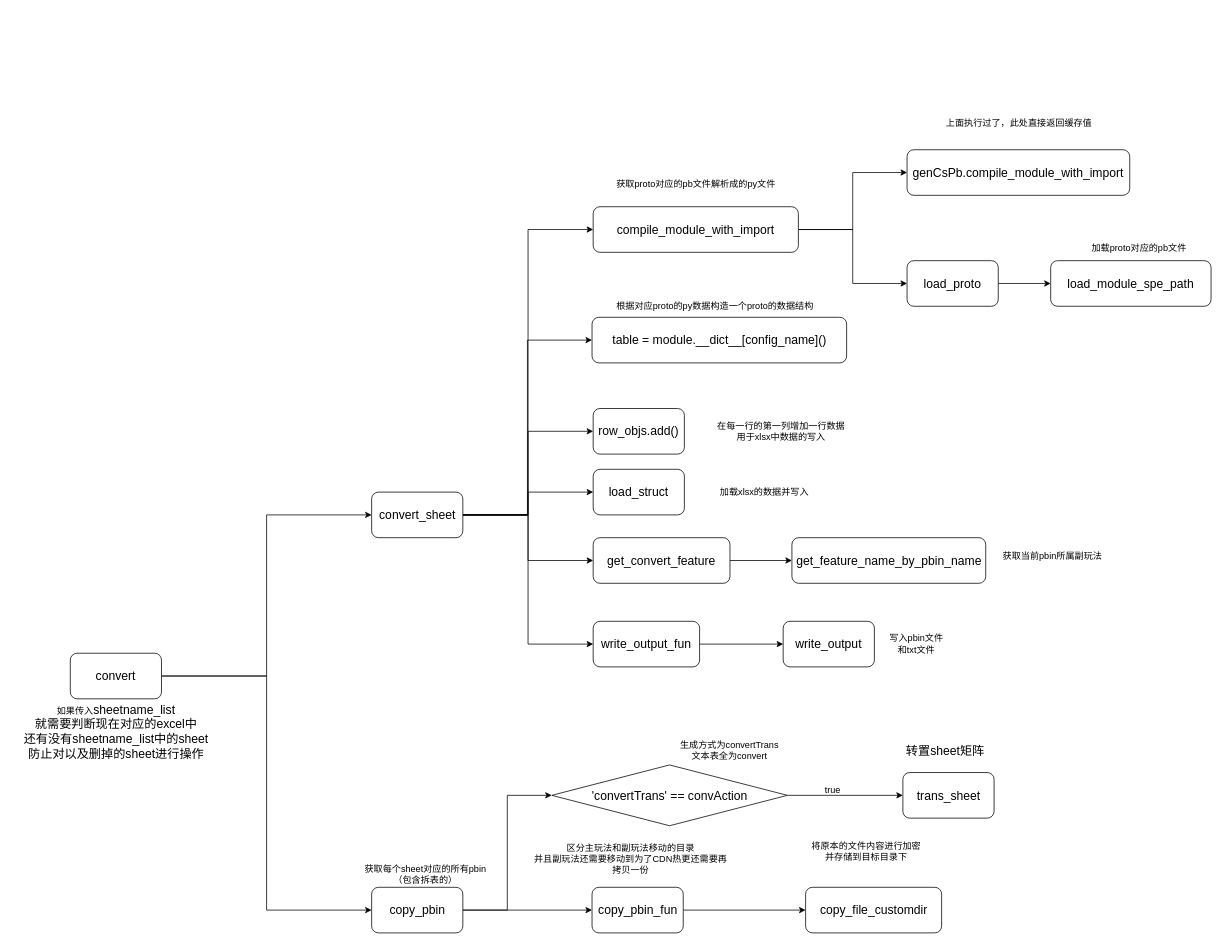
This is page "convert" (3 of 3) of 导表工具.drawio from ling-shixi/meta, a draw.io file, before an edit. Source tidied: cells renumbered, new cells numbered last; positions are measured from the earlier drawing's top-left corner, leaving out a move shared by most shapes. Both pictures are drawn from the tidied source at 76%, with x=0, y=0 at pixel (13, 112).
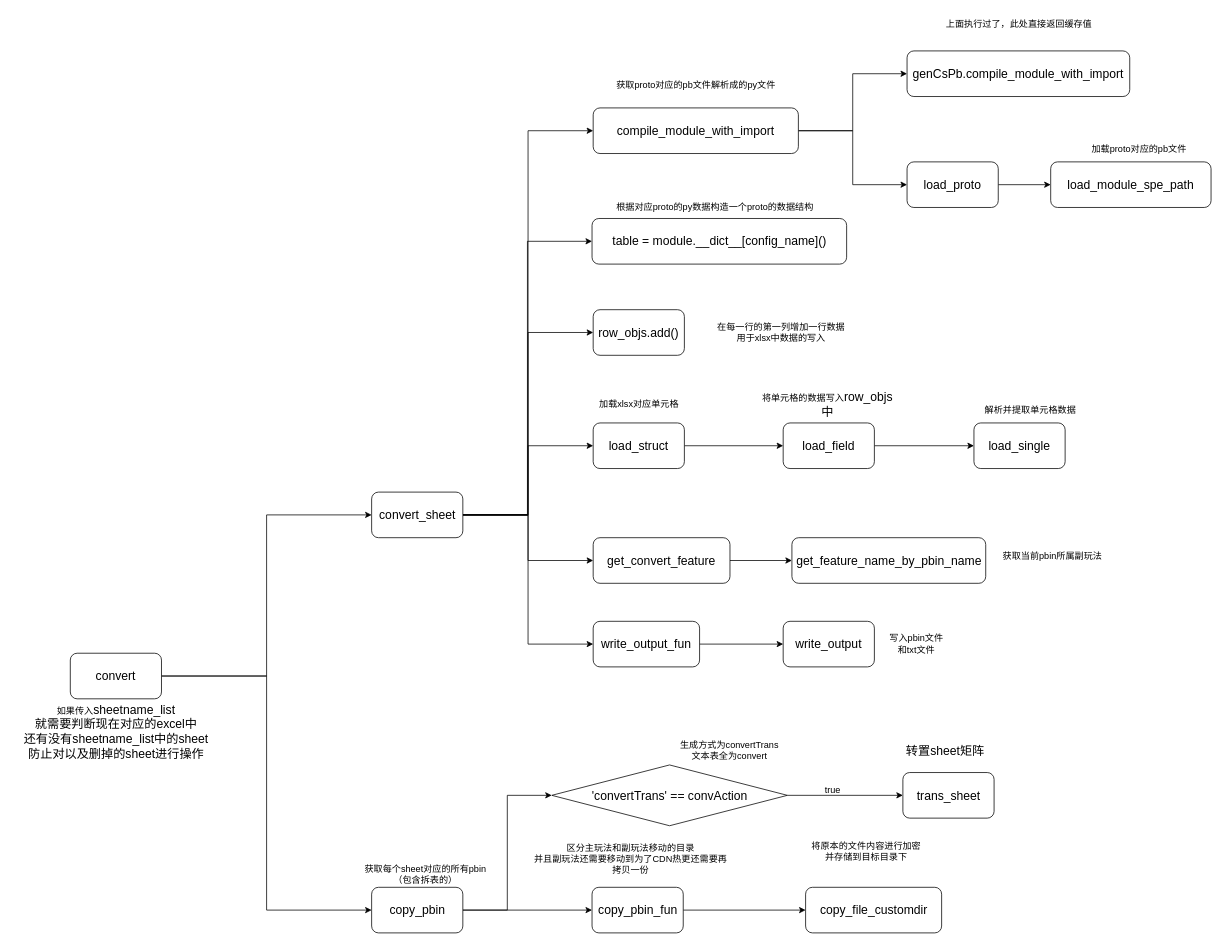
After the change.

Commit message:
更新导表工具.drawio

Unchanged cells that the change refers to:
```xml
<mxCell id="25" value="&lt;div style=&quot;&quot;&gt;&lt;div style=&quot;font-size: 12pt;&quot;&gt;convert_sheet&lt;/div&gt;&lt;/div&gt;" style="rounded=1;whiteSpace=wrap;html=1;fontFamily=Helvetica;fontColor=#000000;labelBackgroundColor=none;" parent="1" vertex="1">
  <mxGeometry x="471.5" y="500" width="120" height="60" as="geometry" />
</mxCell>
```

The edit, as a diff of the source:
```diff
@@
+    <mxCell id="24" style="edgeStyle=orthogonalEdgeStyle;rounded=0;jettySize=auto;html=1;entryX=0;entryY=0.5;entryDx=0;entryDy=0;fontColor=#000000;labelBackgroundColor=none;fontFamily=Helvetica;" parent="1" edge="1" source="25" target="50">
+      <mxGeometry relative="1" as="geometry" />
+    </mxCell>
-    <mxCell id="23" style="edgeStyle=orthogonalEdgeStyle;rounded=0;jettySize=auto;html=1;fontColor=#000000;labelBackgroundColor=none;fontFamily=Helvetica;" parent="1" edge="1" source="25" target="48">
+    <mxCell id="23" style="edgeStyle=orthogonalEdgeStyle;rounded=0;jettySize=auto;html=1;entryX=0;entryY=0.5;entryDx=0;entryDy=0;" parent="1" edge="1" source="25" target="48">
       <mxGeometry relative="1" as="geometry" />
     </mxCell>
-    <mxCell id="24" style="edgeStyle=orthogonalEdgeStyle;rounded=0;jettySize=auto;html=1;entryX=0;entryY=0.5;entryDx=0;entryDy=0;fontColor=#000000;labelBackgroundColor=none;fontFamily=Helvetica;" parent="1" edge="1" source="25" target="50">
-      <mxGeometry relative="1" as="geometry" />
-    </mxCell>
@@
     <mxCell id="26" value="&lt;div style=&quot;&quot;&gt;&lt;div style=&quot;font-size: 12pt;&quot;&gt;genCsPb.compile_module_with_import&lt;/div&gt;&lt;/div&gt;" style="rounded=1;whiteSpace=wrap;html=1;fontFamily=Helvetica;fontColor=#000000;labelBackgroundColor=none;" parent="1" vertex="1">
-      <mxGeometry x="1176" y="49.5" width="293" height="60" as="geometry" />
+      <mxGeometry x="1176" y="-80.5" width="293" height="60" as="geometry" />
     </mxCell>
@@
     <mxCell id="29" value="&lt;div style=&quot;&quot;&gt;&lt;div style=&quot;font-size: 12pt;&quot;&gt;&lt;span style=&quot;&quot;&gt;compile_module_with_import&lt;/span&gt;&lt;/div&gt;&lt;/div&gt;" style="rounded=1;whiteSpace=wrap;html=1;fontFamily=Helvetica;fontColor=#000000;labelBackgroundColor=none;" parent="1" vertex="1">
-      <mxGeometry x="763" y="124.5" width="270" height="60" as="geometry" />
+      <mxGeometry x="763" y="-5.5" width="270" height="60" as="geometry" />
     </mxCell>
     <mxCell id="30" value="上面执行过了，此处直接返回缓存值" style="text;html=1;align=center;verticalAlign=middle;strokeColor=none;fillColor=none;fontFamily=Helvetica;fontColor=#000000;labelBackgroundColor=none;" parent="1" vertex="1">
-      <mxGeometry x="1212.5" width="220" height="30" as="geometry" />
+      <mxGeometry x="1212.5" y="-130" width="220" height="30" as="geometry" />
     </mxCell>
@@
     <mxCell id="32" value="&lt;div style=&quot;&quot;&gt;&lt;div style=&quot;font-size: 12pt;&quot;&gt;load_proto&lt;/div&gt;&lt;/div&gt;" style="rounded=1;whiteSpace=wrap;html=1;fontFamily=Helvetica;fontColor=#000000;labelBackgroundColor=none;" parent="1" vertex="1">
-      <mxGeometry x="1176" y="195.5" width="120" height="60" as="geometry" />
+      <mxGeometry x="1176" y="65.5" width="120" height="60" as="geometry" />
     </mxCell>
     <mxCell id="33" value="&lt;div style=&quot;&quot;&gt;&lt;div style=&quot;font-size: 12pt;&quot;&gt;load_module_spe_path&lt;/div&gt;&lt;/div&gt;" style="rounded=1;whiteSpace=wrap;html=1;fontFamily=Helvetica;fontColor=#000000;labelBackgroundColor=none;" parent="1" vertex="1">
-      <mxGeometry x="1365" y="195.5" width="211" height="60" as="geometry" />
+      <mxGeometry x="1365" y="65.5" width="211" height="60" as="geometry" />
     </mxCell>
     <mxCell id="34" value="加载proto对应的pb文件" style="text;html=1;align=center;verticalAlign=middle;strokeColor=none;fillColor=none;fontFamily=Helvetica;fontColor=#000000;labelBackgroundColor=none;" parent="1" vertex="1">
-      <mxGeometry x="1406" y="163.5" width="150" height="30" as="geometry" />
+      <mxGeometry x="1406" y="33.5" width="150" height="30" as="geometry" />
     </mxCell>
     <mxCell id="35" value="获取proto对应的pb文件解析成的py文件" style="text;html=1;align=center;verticalAlign=middle;strokeColor=none;fillColor=none;fontFamily=Helvetica;fontColor=#000000;labelBackgroundColor=none;" parent="1" vertex="1">
-      <mxGeometry x="783" y="79.5" width="230" height="30" as="geometry" />
+      <mxGeometry x="783" y="-50.5" width="230" height="30" as="geometry" />
     </mxCell>
@@
     <mxCell id="46" value="&lt;div style=&quot;&quot;&gt;&lt;div style=&quot;font-size: 12pt;&quot;&gt;row_objs.add()&lt;/div&gt;&lt;/div&gt;" style="rounded=1;whiteSpace=wrap;html=1;fontColor=#000000;labelBackgroundColor=none;fontFamily=Helvetica;" parent="1" vertex="1">
-      <mxGeometry x="763" y="390" width="120" height="60" as="geometry" />
+      <mxGeometry x="763" y="260" width="120" height="60" as="geometry" />
     </mxCell>
     <mxCell id="47" value="在每一行的第一列增加一行数据&lt;div&gt;用于xlsx中数据的写入&lt;/div&gt;" style="text;html=1;align=center;verticalAlign=middle;strokeColor=none;fillColor=none;fontColor=#000000;labelBackgroundColor=none;fontFamily=Helvetica;" parent="1" vertex="1">
-      <mxGeometry x="915" y="400" width="190" height="40" as="geometry" />
+      <mxGeometry x="915" y="270" width="190" height="40" as="geometry" />
     </mxCell>
+    <mxCell id="52" style="edgeStyle=orthogonalEdgeStyle;rounded=0;jettySize=auto;html=1;entryX=0;entryY=0.5;entryDx=0;entryDy=0;" parent="1" edge="1" source="48" target="54">
+      <mxGeometry relative="1" as="geometry" />
+    </mxCell>
     <mxCell id="48" value="&lt;div style=&quot;&quot;&gt;&lt;div style=&quot;font-size: 12pt;&quot;&gt;load_struct&lt;/div&gt;&lt;/div&gt;" style="rounded=1;whiteSpace=wrap;html=1;fontColor=#000000;labelBackgroundColor=none;fontFamily=Helvetica;" parent="1" vertex="1">
-      <mxGeometry x="763" y="470" width="120" height="60" as="geometry" />
+      <mxGeometry x="763" y="409" width="120" height="60" as="geometry" />
     </mxCell>
-    <mxCell id="49" value="加载xlsx的数据并写入" style="text;html=1;align=center;verticalAlign=middle;strokeColor=none;fillColor=none;fontColor=#000000;labelBackgroundColor=none;fontFamily=Helvetica;" parent="1" vertex="1">
-      <mxGeometry x="918" y="485" width="140" height="30" as="geometry" />
+    <mxCell id="49" value="加载xlsx对应单元格" style="text;html=1;align=center;verticalAlign=middle;strokeColor=none;fillColor=none;fontColor=#000000;labelBackgroundColor=none;fontFamily=Helvetica;" parent="1" vertex="1">
+      <mxGeometry x="753" y="369" width="140" height="30" as="geometry" />
     </mxCell>
     <mxCell id="50" value="&lt;div style=&quot;&quot;&gt;&lt;div style=&quot;font-size: 12pt;&quot;&gt;table = module.&lt;span style=&quot;&quot;&gt;__dict__&lt;/span&gt;[config_name]()&lt;/div&gt;&lt;/div&gt;" style="rounded=1;whiteSpace=wrap;html=1;fontColor=#000000;labelBackgroundColor=none;fontFamily=Helvetica;" parent="1" vertex="1">
-      <mxGeometry x="761.5" y="270" width="335" height="60" as="geometry" />
+      <mxGeometry x="761.5" y="140" width="335" height="60" as="geometry" />
     </mxCell>
     <mxCell id="51" value="根据对应proto的py数据构造一个proto的数据结构" style="text;html=1;align=center;verticalAlign=middle;strokeColor=none;fillColor=none;fontColor=#000000;labelBackgroundColor=none;fontFamily=Helvetica;" parent="1" vertex="1">
-      <mxGeometry x="783" y="240" width="280" height="30" as="geometry" />
+      <mxGeometry x="783" y="110" width="280" height="30" as="geometry" />
     </mxCell>
+    <mxCell id="53" style="edgeStyle=orthogonalEdgeStyle;rounded=0;jettySize=auto;html=1;entryX=0;entryY=0.5;entryDx=0;entryDy=0;fontFamily=Helvetica;fontColor=default;labelBackgroundColor=none;" parent="1" edge="1" source="54" target="55">
+      <mxGeometry relative="1" as="geometry" />
+    </mxCell>
+    <mxCell id="54" value="&lt;div style=&quot;&quot;&gt;&lt;div style=&quot;font-size: 12pt;&quot;&gt;load_field&lt;/div&gt;&lt;/div&gt;" style="rounded=1;whiteSpace=wrap;html=1;fontFamily=Helvetica;fontColor=default;labelBackgroundColor=none;" parent="1" vertex="1">
+      <mxGeometry x="1013" y="409" width="120" height="60" as="geometry" />
+    </mxCell>
+    <mxCell id="55" value="&lt;div style=&quot;&quot;&gt;&lt;div style=&quot;font-size: 12pt;&quot;&gt;load_single&lt;/div&gt;&lt;/div&gt;" style="rounded=1;whiteSpace=wrap;html=1;fontFamily=Helvetica;fontColor=default;labelBackgroundColor=none;" parent="1" vertex="1">
+      <mxGeometry x="1264" y="409" width="120" height="60" as="geometry" />
+    </mxCell>
+    <mxCell id="56" value="将单元格的数据&lt;span style=&quot;background-color: transparent; color: light-dark(rgb(0, 0, 0), rgb(255, 255, 255));&quot;&gt;写入&lt;/span&gt;&lt;span style=&quot;background-color: transparent; color: light-dark(rgb(0, 0, 0), rgb(255, 255, 255)); text-wrap-mode: wrap; font-size: 16px;&quot;&gt;row_objs中&lt;/span&gt;" style="text;html=1;align=center;verticalAlign=middle;strokeColor=none;fillColor=none;" parent="1" vertex="1">
+      <mxGeometry x="966" y="369" width="210" height="30" as="geometry" />
+    </mxCell>
+    <mxCell id="57" value="解析并提取单元格数据" style="text;html=1;align=center;verticalAlign=middle;strokeColor=none;fillColor=none;" parent="1" vertex="1">
+      <mxGeometry x="1268" y="378" width="140" height="30" as="geometry" />
+    </mxCell>
```
